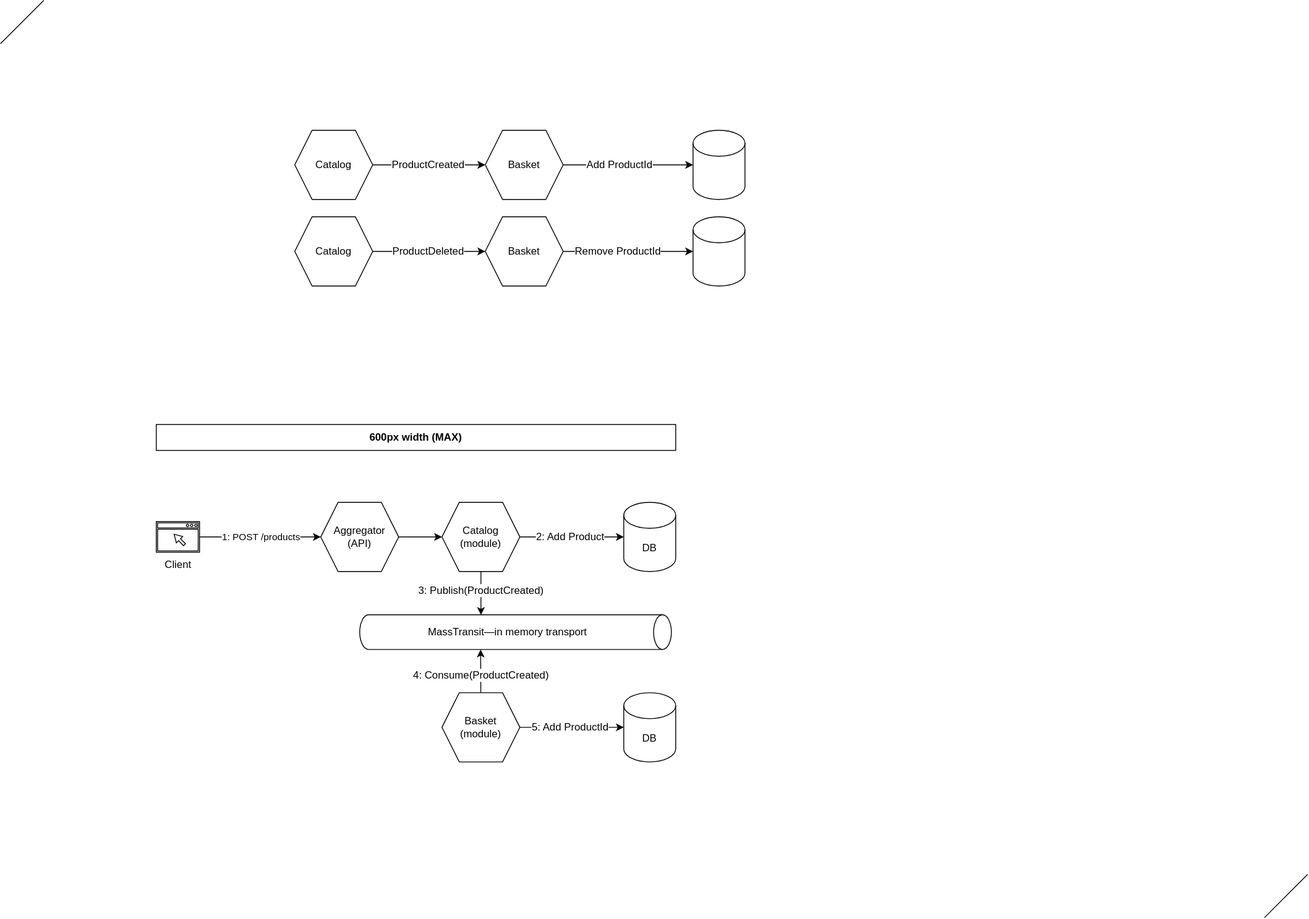
The draw.io diagram Diagrams/Modular Monolith—Integration Events.svg in PacktPublishing/Architecting-ASP.NET-Core-Applications-3E, before a commit. Source tidied: cells renumbered, new cells last; positions are measured from the earlier drawing's top-left corner, leaving out a move shared by most shapes.
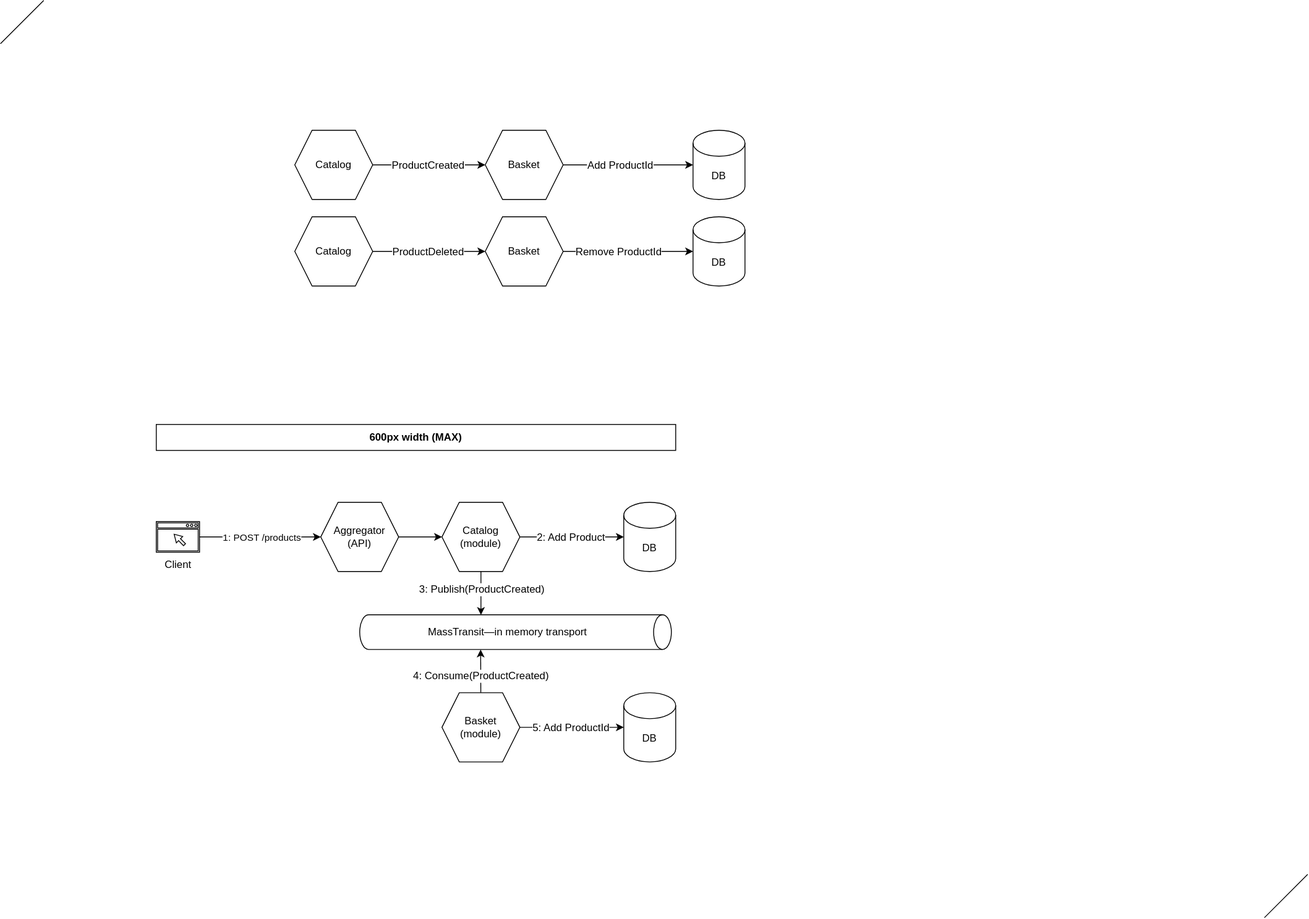
After the change.

Change to the diagram source:
```diff
@@ -38,7 +38,7 @@
     <mxCell id="11" value="Basket" style="shape=hexagon;perimeter=hexagonPerimeter2;whiteSpace=wrap;html=1;fixedSize=1;rounded=0;labelBackgroundColor=none;sketch=0;strokeColor=default;strokeWidth=1;fontSize=12;fillColor=default;" parent="1" vertex="1">
       <mxGeometry x="560" y="250" width="90" height="80" as="geometry" />
     </mxCell>
-    <mxCell id="12" style="shape=cylinder3;whiteSpace=wrap;html=1;boundedLbl=1;backgroundOutline=1;size=15;rounded=0;labelBackgroundColor=none;sketch=0;strokeColor=default;strokeWidth=1;fontSize=12;fillColor=default;" parent="1" vertex="1">
+    <mxCell id="12" value="DB" style="shape=cylinder3;whiteSpace=wrap;html=1;boundedLbl=1;backgroundOutline=1;size=15;rounded=0;labelBackgroundColor=none;sketch=0;strokeColor=default;strokeWidth=1;fontSize=12;fillColor=default;" parent="1" vertex="1">
       <mxGeometry x="800" y="150" width="60" height="80" as="geometry" />
     </mxCell>
     <mxCell id="13" style="edgeStyle=elbowEdgeStyle;rounded=1;html=1;fontSize=12;startArrow=none;startFill=0;fillColor=default;" parent="1" edge="1" source="11" target="15">
@@ -49,7 +49,7 @@
         <mxPoint x="28" y="1" as="offset" />
       </mxGeometry>
     </mxCell>
-    <mxCell id="15" style="shape=cylinder3;whiteSpace=wrap;html=1;boundedLbl=1;backgroundOutline=1;size=15;rounded=0;labelBackgroundColor=none;sketch=0;strokeColor=default;strokeWidth=1;fontSize=12;fillColor=default;" parent="1" vertex="1">
+    <mxCell id="15" value="DB" style="shape=cylinder3;whiteSpace=wrap;html=1;boundedLbl=1;backgroundOutline=1;size=15;rounded=0;labelBackgroundColor=none;sketch=0;strokeColor=default;strokeWidth=1;fontSize=12;fillColor=default;" parent="1" vertex="1">
       <mxGeometry x="800" y="250" width="60" height="80" as="geometry" />
     </mxCell>
     <mxCell id="16" style="endArrow=none;html=1;rounded=1;fontSize=12;fillColor=default;" parent="1" edge="1">
```
